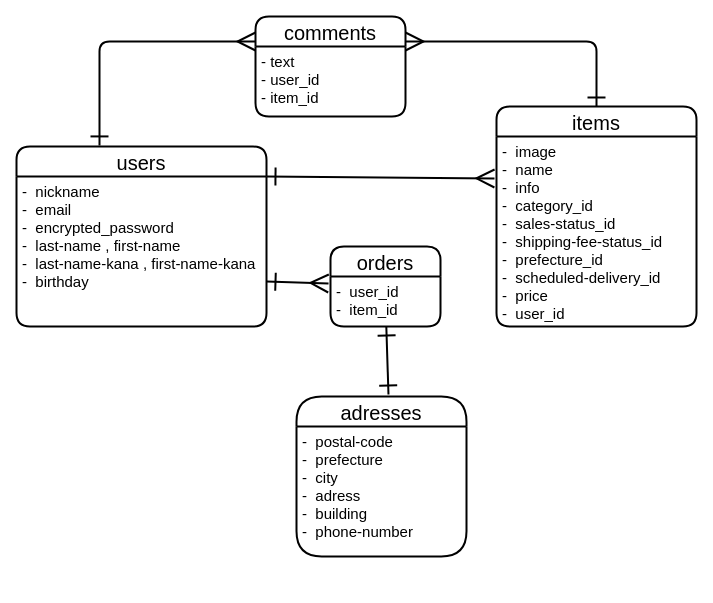
hirona96/furima-37302 keeps this draw.io diagram as test.dio. Above is the earlier version. Source tidied: cells renumbered, new cells numbered last; positions are measured from the earlier drawing's top-left corner, leaving out a move shared by most shapes. Both pictures are drawn from the tidied source at 100%, with x=0, y=0 at pixel (16, 16).
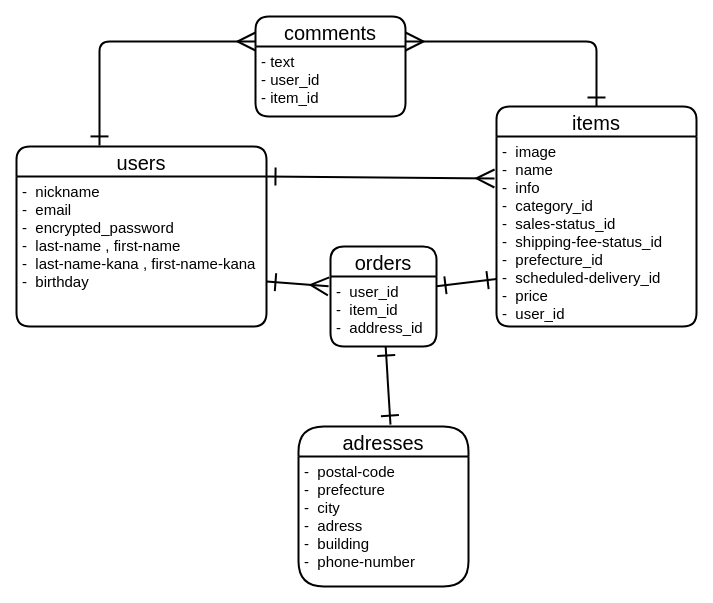
The same page after the edit.

Commit message (it also covers changes not shown here):
ER図、READMEの修正2

The change refers to these unchanged cells:
```xml
<mxCell id="5" value="-  image&#10;-  name&#10;-  info&#10;-  category_id    &#10;-  sales-status_id&#10;-  shipping-fee-status_id&#10;-  prefecture_id&#10;-  scheduled-delivery_id&#10;-  price&#10;-  user_id&#10;" style="align=left;strokeColor=none;fillColor=none;spacingLeft=4;fontSize=15;verticalAlign=top;" parent="4" vertex="1">
  <mxGeometry y="30" width="200" height="190" as="geometry" />
</mxCell>
```

The edit, as a diff of the source:
```diff
@@
     <mxCell id="8" value="adresses" style="swimlane;horizontal=1;startSize=30;rounded=1;fontSize=20;fontStyle=0;strokeWidth=2;shadow=0;dashed=0;align=center;arcSize=28;" parent="1" vertex="1">
-      <mxGeometry x="280" y="380" width="170" height="160" as="geometry" />
+      <mxGeometry x="282" y="410" width="170" height="160" as="geometry" />
     </mxCell>
@@
     <mxCell id="13" value="orders" style="swimlane;horizontal=1;startSize=30;rounded=1;fontSize=20;fontStyle=0;strokeWidth=2;shadow=0;dashed=0;align=center;" parent="1" vertex="1">
-      <mxGeometry x="314" y="230" width="110" height="80" as="geometry" />
+      <mxGeometry x="314" y="230" width="106" height="100" as="geometry" />
     </mxCell>
-    <mxCell id="14" value="-  user_id&#10;-  item_id" style="align=left;strokeColor=none;fillColor=none;spacingLeft=4;fontSize=15;verticalAlign=top;" parent="13" vertex="1">
-      <mxGeometry y="30" width="110" height="50" as="geometry" />
+    <mxCell id="14" value="-  user_id&#10;-  item_id&#10;-  address_id" style="align=left;strokeColor=none;fillColor=none;spacingLeft=4;fontSize=15;verticalAlign=top;" parent="13" vertex="1">
+      <mxGeometry y="30" width="106" height="70" as="geometry" />
     </mxCell>
@@
+    <mxCell id="17" style="edgeStyle=none;html=1;entryX=0;entryY=0.75;entryDx=0;entryDy=0;fontSize=15;startArrow=ERone;startFill=0;endArrow=ERone;endFill=0;startSize=15;endSize=15;strokeWidth=2;verticalAlign=middle;exitX=1;exitY=0.14;exitDx=0;exitDy=0;exitPerimeter=0;" parent="1" edge="1" source="14" target="5">
+      <mxGeometry relative="1" as="geometry" />
+    </mxCell>
```
